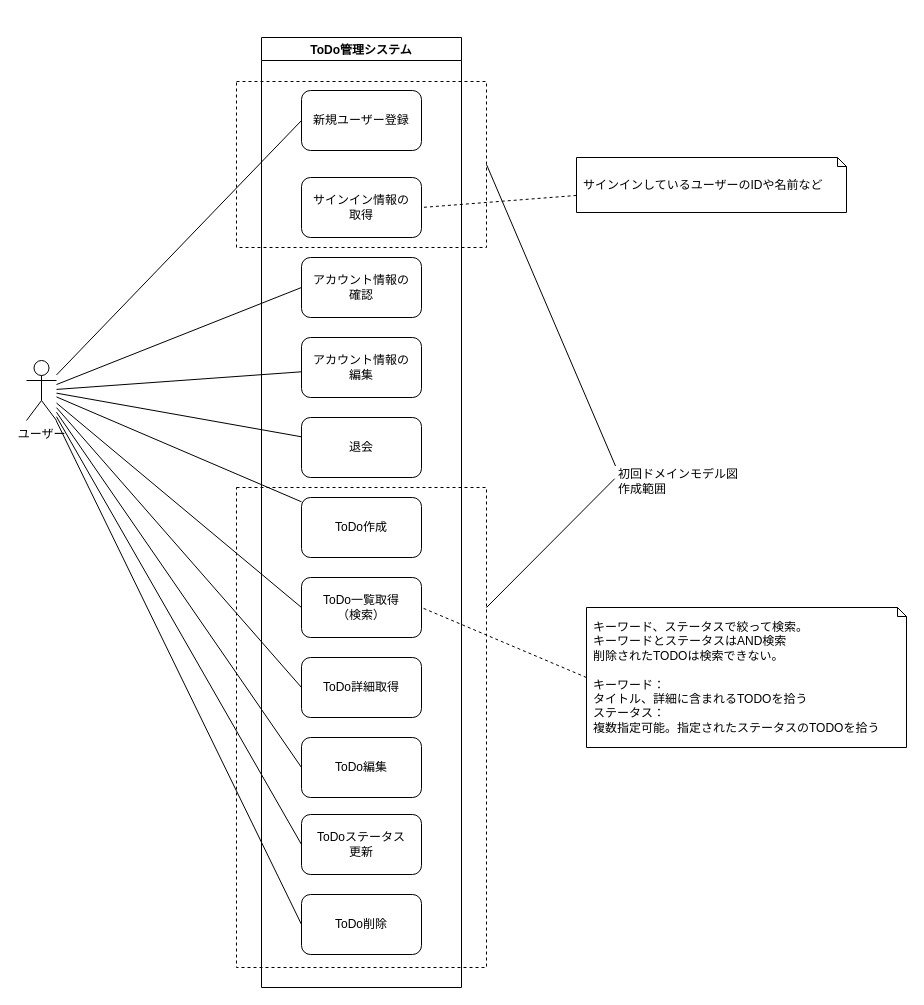
This is page "ユースケース図" (2 of 5) of docs/ToDo管理システム.drawio from tatsuteb/todo-management-system, a draw.io file, before an edit. Source tidied: cells renumbered, new cells numbered last; positions are measured from the earlier drawing's top-left corner, leaving out a move shared by most shapes. Both pictures are drawn from the tidied source at 100%, with x=0, y=0 at pixel (26, 37).
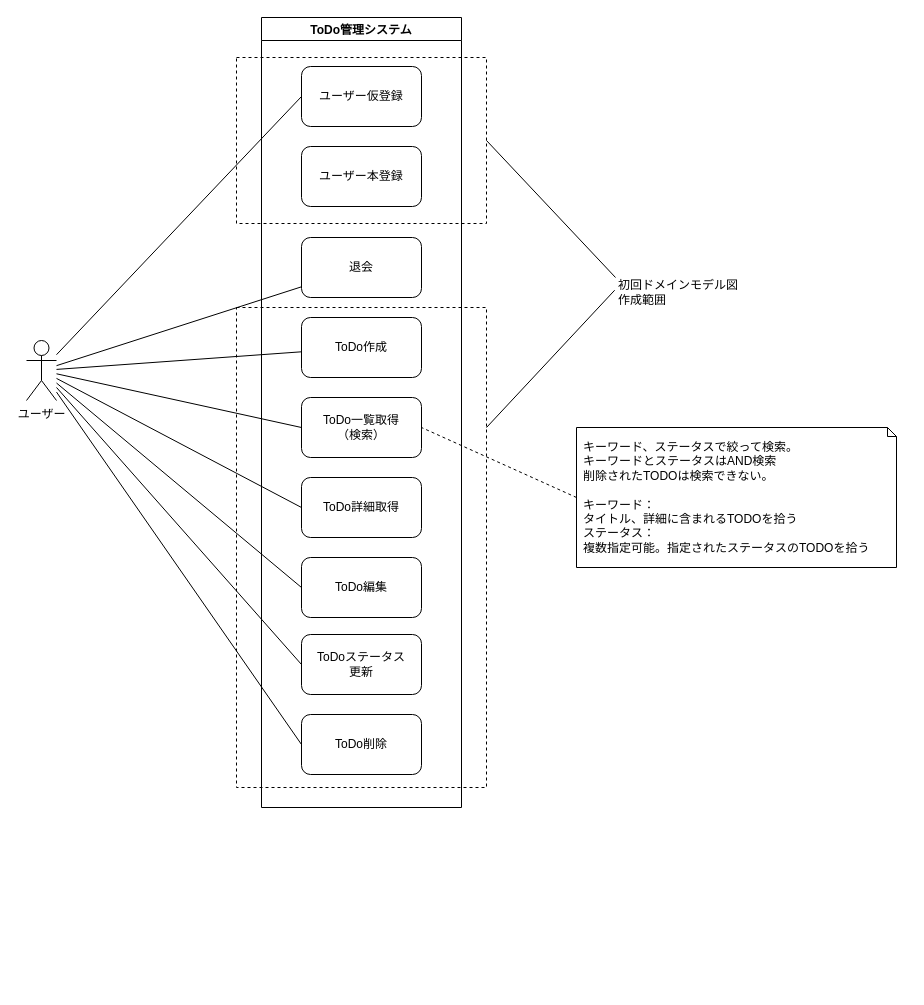
The same page after the edit.

The edit, as a diff of the source:
```diff
@@
     <mxCell id="2" style="rounded=0;whiteSpace=wrap;html=1;align=left;dashed=1;fillColor=none;" parent="1" vertex="1">
-      <mxGeometry x="210" y="44" width="250" height="166" as="geometry" />
+      <mxGeometry x="210" y="20" width="250" height="166" as="geometry" />
     </mxCell>
     <mxCell id="3" style="rounded=0;whiteSpace=wrap;html=1;align=left;dashed=1;fillColor=none;" parent="1" vertex="1">
-      <mxGeometry x="210" y="450" width="250" height="480" as="geometry" />
+      <mxGeometry x="210" y="270" width="250" height="480" as="geometry" />
     </mxCell>
@@
-    <mxCell id="5" style="edgeStyle=none;rounded=0;jettySize=auto;html=1;endArrow=none;endFill=0;entryX=0;entryY=0.5;entryDx=0;entryDy=0;" parent="1" edge="1" source="14" target="18">
-      <mxGeometry relative="1" as="geometry" />
-    </mxCell>
-    <mxCell id="6" style="edgeStyle=none;rounded=0;jettySize=auto;html=1;endArrow=none;endFill=0;" parent="1" edge="1" source="14" target="19">
-      <mxGeometry relative="1" as="geometry" />
-    </mxCell>
@@
     <mxCell id="14" value="ユーザー" style="shape=umlActor;verticalLabelPosition=bottom;verticalAlign=top;html=1;outlineConnect=0;" parent="1" vertex="1">
-      <mxGeometry y="323" width="30" height="60" as="geometry" />
+      <mxGeometry y="303" width="30" height="60" as="geometry" />
     </mxCell>
     <mxCell id="15" value="ToDo管理システム" style="swimlane;" parent="1" vertex="1">
-      <mxGeometry x="235" width="200" height="950" as="geometry" />
+      <mxGeometry x="235" y="-20" width="200" height="790" as="geometry" />
     </mxCell>
-    <mxCell id="16" value="新規ユーザー登録" style="rounded=1;whiteSpace=wrap;html=1;" parent="15" vertex="1">
-      <mxGeometry x="40" y="53" width="120" height="60" as="geometry" />
+    <mxCell id="16" value="ユーザー仮登録" style="rounded=1;whiteSpace=wrap;html=1;" parent="15" vertex="1">
+      <mxGeometry x="40" y="49" width="120" height="60" as="geometry" />
     </mxCell>
-    <mxCell id="17" value="サインイン情報の&lt;br&gt;取得" style="rounded=1;whiteSpace=wrap;html=1;" parent="15" vertex="1">
-      <mxGeometry x="40" y="140" width="120" height="60" as="geometry" />
-    </mxCell>
-    <mxCell id="18" value="アカウント情報の&lt;br&gt;確認" style="rounded=1;whiteSpace=wrap;html=1;" parent="15" vertex="1">
-      <mxGeometry x="40" y="220" width="120" height="60" as="geometry" />
-    </mxCell>
-    <mxCell id="19" value="アカウント情報の&lt;br&gt;編集" style="rounded=1;whiteSpace=wrap;html=1;" parent="15" vertex="1">
-      <mxGeometry x="40" y="300" width="120" height="60" as="geometry" />
-    </mxCell>
+    <mxCell id="34" value="ユーザー本登録" style="rounded=1;whiteSpace=wrap;html=1;" parent="15" vertex="1">
+      <mxGeometry x="40" y="129" width="120" height="60" as="geometry" />
+    </mxCell>
     <mxCell id="20" value="退会" style="rounded=1;whiteSpace=wrap;html=1;" parent="15" vertex="1">
-      <mxGeometry x="40" y="380" width="120" height="60" as="geometry" />
+      <mxGeometry x="40" y="220" width="120" height="60" as="geometry" />
     </mxCell>
     <mxCell id="21" value="ToDo作成" style="rounded=1;whiteSpace=wrap;html=1;" parent="15" vertex="1">
-      <mxGeometry x="40" y="460" width="120" height="60" as="geometry" />
+      <mxGeometry x="40" y="300" width="120" height="60" as="geometry" />
     </mxCell>
     <mxCell id="22" value="ToDo編集" style="rounded=1;whiteSpace=wrap;html=1;" parent="15" vertex="1">
-      <mxGeometry x="40" y="700" width="120" height="60" as="geometry" />
+      <mxGeometry x="40" y="540" width="120" height="60" as="geometry" />
     </mxCell>
     <mxCell id="23" value="ToDo削除" style="rounded=1;whiteSpace=wrap;html=1;" parent="15" vertex="1">
-      <mxGeometry x="40" y="857" width="120" height="60" as="geometry" />
+      <mxGeometry x="40" y="697" width="120" height="60" as="geometry" />
     </mxCell>
     <mxCell id="24" value="ToDo一覧取得&lt;br&gt;（検索）" style="rounded=1;whiteSpace=wrap;html=1;" parent="15" vertex="1">
-      <mxGeometry x="40" y="540" width="120" height="60" as="geometry" />
+      <mxGeometry x="40" y="380" width="120" height="60" as="geometry" />
     </mxCell>
     <mxCell id="25" value="ToDo詳細取得" style="rounded=1;whiteSpace=wrap;html=1;" parent="15" vertex="1">
-      <mxGeometry x="40" y="620" width="120" height="60" as="geometry" />
+      <mxGeometry x="40" y="460" width="120" height="60" as="geometry" />
     </mxCell>
     <mxCell id="26" value="ToDoステータス&lt;br&gt;更新" style="rounded=1;whiteSpace=wrap;html=1;" parent="15" vertex="1">
-      <mxGeometry x="40" y="777" width="120" height="60" as="geometry" />
+      <mxGeometry x="40" y="617" width="120" height="60" as="geometry" />
     </mxCell>
@@
     <mxCell id="29" value="初回ドメインモデル図&lt;br&gt;作成範囲" style="text;html=1;align=left;verticalAlign=middle;points=[];strokeColor=none;fillColor=none;" parent="1" vertex="1">
-      <mxGeometry x="590" y="428.5" width="140" height="30" as="geometry" />
+      <mxGeometry x="590" y="240" width="140" height="30" as="geometry" />
     </mxCell>
@@
     <mxCell id="31" value="キーワード、ステータスで絞って検索。&lt;br&gt;キーワードとステータスはAND検索&lt;br&gt;削除されたTODOは検索できない。&lt;br&gt;&lt;br&gt;キーワード：&lt;br&gt;タイトル、詳細に含まれるTODOを拾う&lt;br&gt;ステータス：&lt;br&gt;複数指定可能。指定されたステータスのTODOを拾う" style="shape=note;size=9;whiteSpace=wrap;html=1;align=left;spacingLeft=5;spacingRight=5;" parent="1" vertex="1">
-      <mxGeometry x="560" y="570" width="320" height="140" as="geometry" />
+      <mxGeometry x="550" y="390" width="320" height="140" as="geometry" />
     </mxCell>
-    <mxCell id="32" style="edgeStyle=none;rounded=0;jettySize=auto;html=1;endArrow=none;endFill=0;dashed=1;entryX=1;entryY=0.5;entryDx=0;entryDy=0;" parent="1" edge="1" source="33" target="17">
-      <mxGeometry relative="1" as="geometry" />
-    </mxCell>
-    <mxCell id="33" value="サインインしているユーザーのIDや名前など" style="shape=note;size=9;whiteSpace=wrap;html=1;align=left;spacingLeft=5;spacingRight=5;" parent="1" vertex="1">
-      <mxGeometry x="550" y="120" width="270" height="55" as="geometry" />
-    </mxCell>
```
